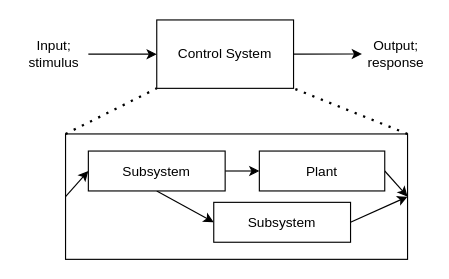
Above: page "minimal-system" (1 of 12) of src/resources/control-001.drawio in harleylara/robotics (draw.io), before the change. Source tidied: cells renumbered, new cells numbered last; positions are measured from the earlier drawing's top-left corner, leaving out a move shared by most shapes. Both pictures are drawn from the tidied source at 114%, with x=0, y=0 at pixel (19, 19).
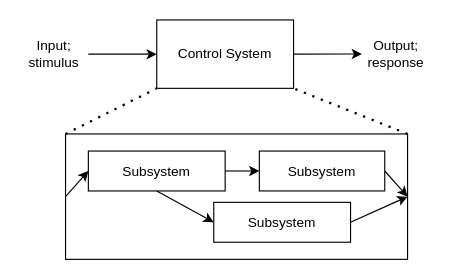
After the change.

Commit message (it also covers changes not shown here):
re-arrange control notes

Diff of the diagram source:
```diff
@@
 <mxGraphModel>
   <root>
     <mxCell id="0" />
     <mxCell id="1" parent="0" />
     <mxCell id="2" style="rounded=0;whiteSpace=wrap;html=1;" parent="1" vertex="1">
       <mxGeometry x="40" y="100" width="300" height="110" as="geometry" />
     </mxCell>
     <mxCell id="3" style="rounded=0;jettySize=auto;html=1;exitX=1;exitY=0.5;exitDx=0;exitDy=0;" parent="1" edge="1" source="4">
       <mxGeometry relative="1" as="geometry">
         <mxPoint x="300" y="29.9" as="targetPoint" />
       </mxGeometry>
     </mxCell>
     <mxCell id="4" value="Control System" style="rounded=0;whiteSpace=wrap;html=1;" parent="1" vertex="1">
       <mxGeometry x="120" width="120" height="60" as="geometry" />
     </mxCell>
     <mxCell id="5" style="endArrow=classic;html=1;rounded=0;entryX=0;entryY=0.5;entryDx=0;entryDy=0;" parent="1" edge="1" target="4">
       <mxGeometry relative="1" as="geometry">
         <mxPoint x="60" y="30" as="sourcePoint" />
       </mxGeometry>
     </mxCell>
     <mxCell id="6" value="Input; stimulus" style="text;html=1;strokeColor=none;fillColor=none;align=center;verticalAlign=middle;whiteSpace=wrap;rounded=0;" parent="1" vertex="1">
       <mxGeometry y="15" width="60" height="30" as="geometry" />
     </mxCell>
     <mxCell id="7" value="Output; response" style="text;html=1;strokeColor=none;fillColor=none;align=center;verticalAlign=middle;whiteSpace=wrap;rounded=0;" parent="1" vertex="1">
       <mxGeometry x="300" y="15" width="60" height="30" as="geometry" />
     </mxCell>
     <mxCell id="8" style="edgeStyle=none;rounded=0;jettySize=auto;html=1;exitX=0;exitY=0.5;exitDx=0;exitDy=0;entryX=0;entryY=0.5;entryDx=0;entryDy=0;" parent="1" edge="1" source="2" target="13">
       <mxGeometry relative="1" as="geometry" />
     </mxCell>
     <mxCell id="9" style="endArrow=none;dashed=1;html=1;dashPattern=1 3;strokeWidth=2;rounded=0;exitX=0;exitY=0;exitDx=0;exitDy=0;entryX=0;entryY=1;entryDx=0;entryDy=0;" parent="1" edge="1" source="2" target="4">
       <mxGeometry relative="1" as="geometry" />
     </mxCell>
     <mxCell id="10" style="endArrow=none;dashed=1;html=1;dashPattern=1 3;strokeWidth=2;rounded=0;entryX=1;entryY=1;entryDx=0;entryDy=0;exitX=1;exitY=0;exitDx=0;exitDy=0;" parent="1" edge="1" source="2" target="4">
       <mxGeometry relative="1" as="geometry" />
     </mxCell>
     <mxCell id="11" style="edgeStyle=none;rounded=0;jettySize=auto;html=1;exitX=1;exitY=0.5;exitDx=0;exitDy=0;entryX=0;entryY=0.5;entryDx=0;entryDy=0;" parent="1" edge="1" source="13" target="15">
       <mxGeometry relative="1" as="geometry" />
     </mxCell>
     <mxCell id="12" style="edgeStyle=none;rounded=0;jettySize=auto;html=1;exitX=0.5;exitY=1;exitDx=0;exitDy=0;entryX=0;entryY=0.5;entryDx=0;entryDy=0;" parent="1" edge="1" source="13" target="17">
       <mxGeometry relative="1" as="geometry" />
     </mxCell>
     <mxCell id="13" value="Subsystem" style="rounded=0;whiteSpace=wrap;html=1;" parent="1" vertex="1">
       <mxGeometry x="60" y="115" width="120" height="35" as="geometry" />
     </mxCell>
     <mxCell id="14" style="edgeStyle=none;rounded=0;jettySize=auto;html=1;exitX=1;exitY=0.5;exitDx=0;exitDy=0;entryX=1;entryY=0.5;entryDx=0;entryDy=0;" parent="1" edge="1" source="15" target="2">
       <mxGeometry relative="1" as="geometry" />
     </mxCell>
-    <mxCell id="15" value="Plant" style="rounded=0;whiteSpace=wrap;html=1;" parent="1" vertex="1">
+    <mxCell id="15" value="Subsystem" style="rounded=0;whiteSpace=wrap;html=1;" parent="1" vertex="1">
       <mxGeometry x="210" y="115" width="110" height="35" as="geometry" />
     </mxCell>
     <mxCell id="16" style="edgeStyle=none;rounded=0;jettySize=auto;html=1;exitX=1;exitY=0.5;exitDx=0;exitDy=0;entryX=1;entryY=0.5;entryDx=0;entryDy=0;" parent="1" edge="1" source="17" target="2">
       <mxGeometry relative="1" as="geometry" />
     </mxCell>
     <mxCell id="17" value="Subsystem" style="rounded=0;whiteSpace=wrap;html=1;" parent="1" vertex="1">
       <mxGeometry x="170" y="160" width="120" height="35" as="geometry" />
     </mxCell>
   </root>
 </mxGraphModel>
```
